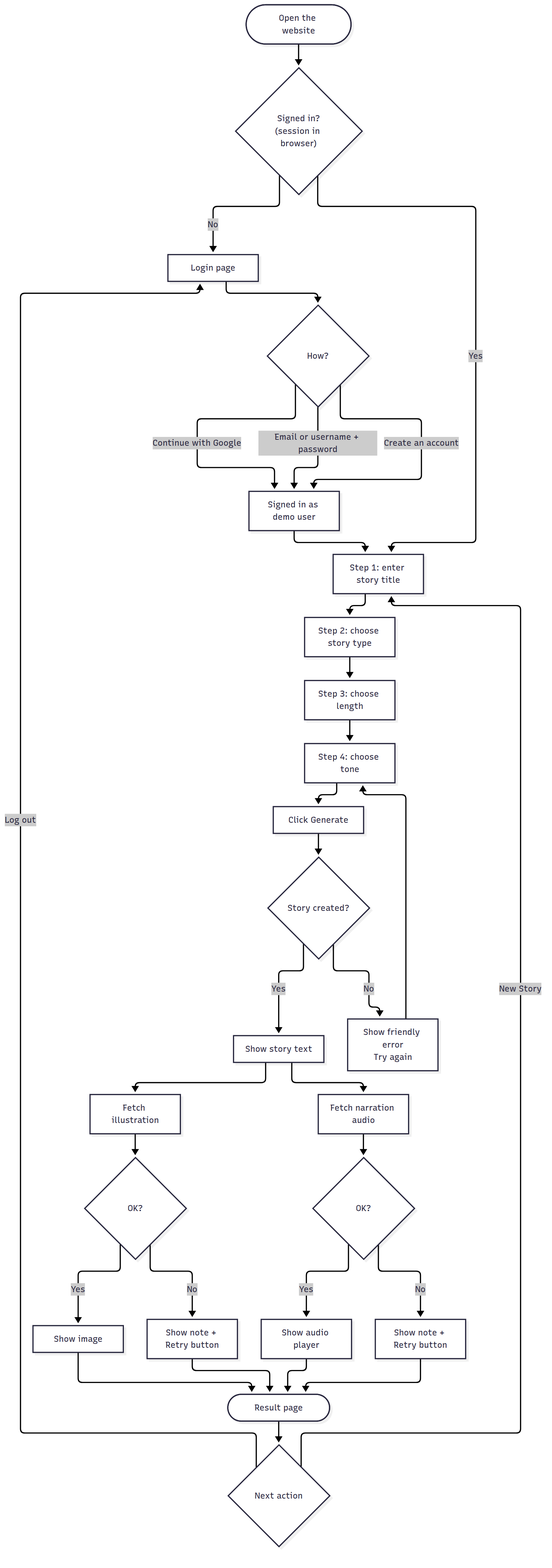
The Mermaid diagram docs/diagrams/02-user-flow.png in boobesh2912/Kadhai, before a commit. Its source is kept beside it as docs/diagrams/02-user-flow.mmd. Its diagram source:
```mermaid
flowchart TD
    start(["Open the website"]) --> signed{"Signed in?<br/>(session in browser)"}
    signed -- "No" --> login["Login page"]
    login --> how{"How?"}
    how -- "Continue with Google" --> ok["Signed in as demo user"]
    how -- "Email or username + password" --> ok
    how -- "Create an account" --> ok
    signed -- "Yes" --> s1
    ok --> s1["Step 1: enter story title"]
    s1 --> s2["Step 2: choose story type"]
    s2 --> s3["Step 3: choose length"]
    s3 --> s4["Step 4: choose tone"]
    s4 --> gen["Click Generate"]
    gen --> story{"Story created?"}
    story -- "No" --> err["Show friendly error<br/>Try again"]
    err --> s4
    story -- "Yes" --> show["Show story text"]
    show --> par1["Fetch illustration"]
    show --> par2["Fetch narration audio"]
    par1 --> r1{"OK?"}
    par2 --> r2{"OK?"}
    r1 -- "Yes" --> img["Show image"]
    r1 -- "No" --> n1["Show note + Retry button"]
    r2 -- "Yes" --> aud["Show audio player"]
    r2 -- "No" --> n2["Show note + Retry button"]
    img --> done(["Result page"])
    aud --> done
    n1 --> done
    n2 --> done
    done --> again{"Next action"}
    again -- "New Story" --> s1
    again -- "Log out" --> login
```
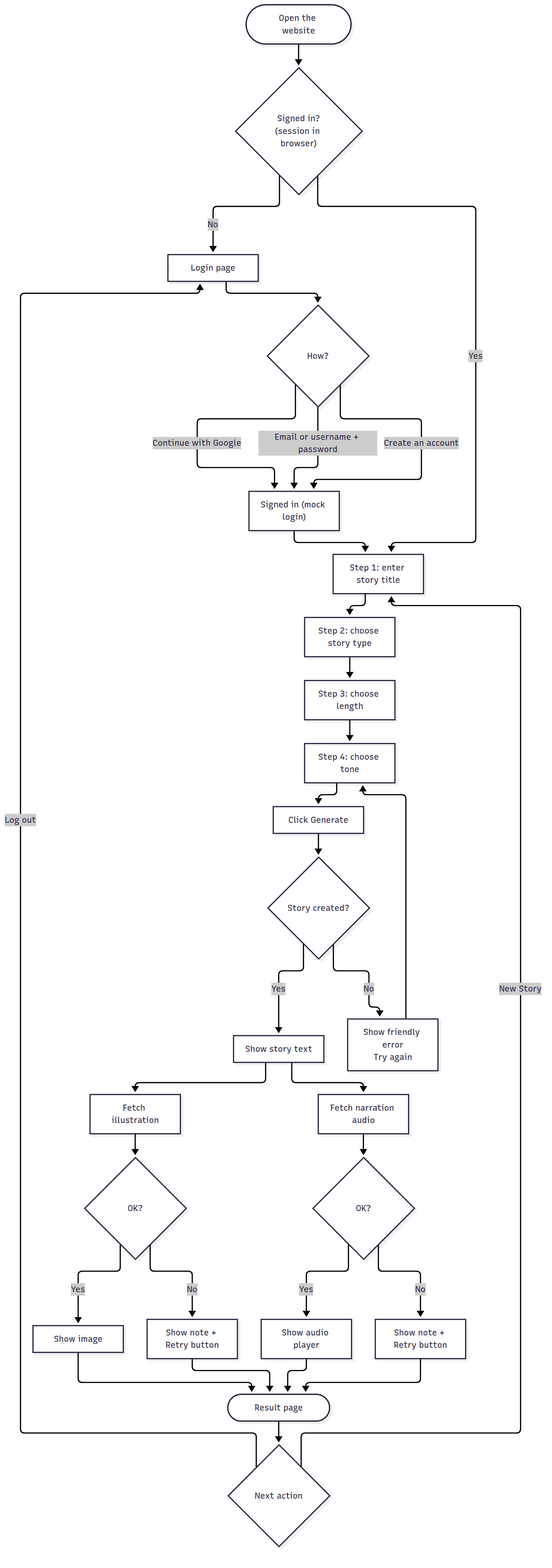
Above is the later version.

Change to the diagram source:
```diff
@@ -2,7 +2,7 @@
     start(["Open the website"]) --> signed{"Signed in?<br/>(session in browser)"}
     signed -- "No" --> login["Login page"]
     login --> how{"How?"}
-    how -- "Continue with Google" --> ok["Signed in as demo user"]
+    how -- "Continue with Google" --> ok["Signed in (mock login)"]
     how -- "Email or username + password" --> ok
     how -- "Create an account" --> ok
     signed -- "Yes" --> s1
```
